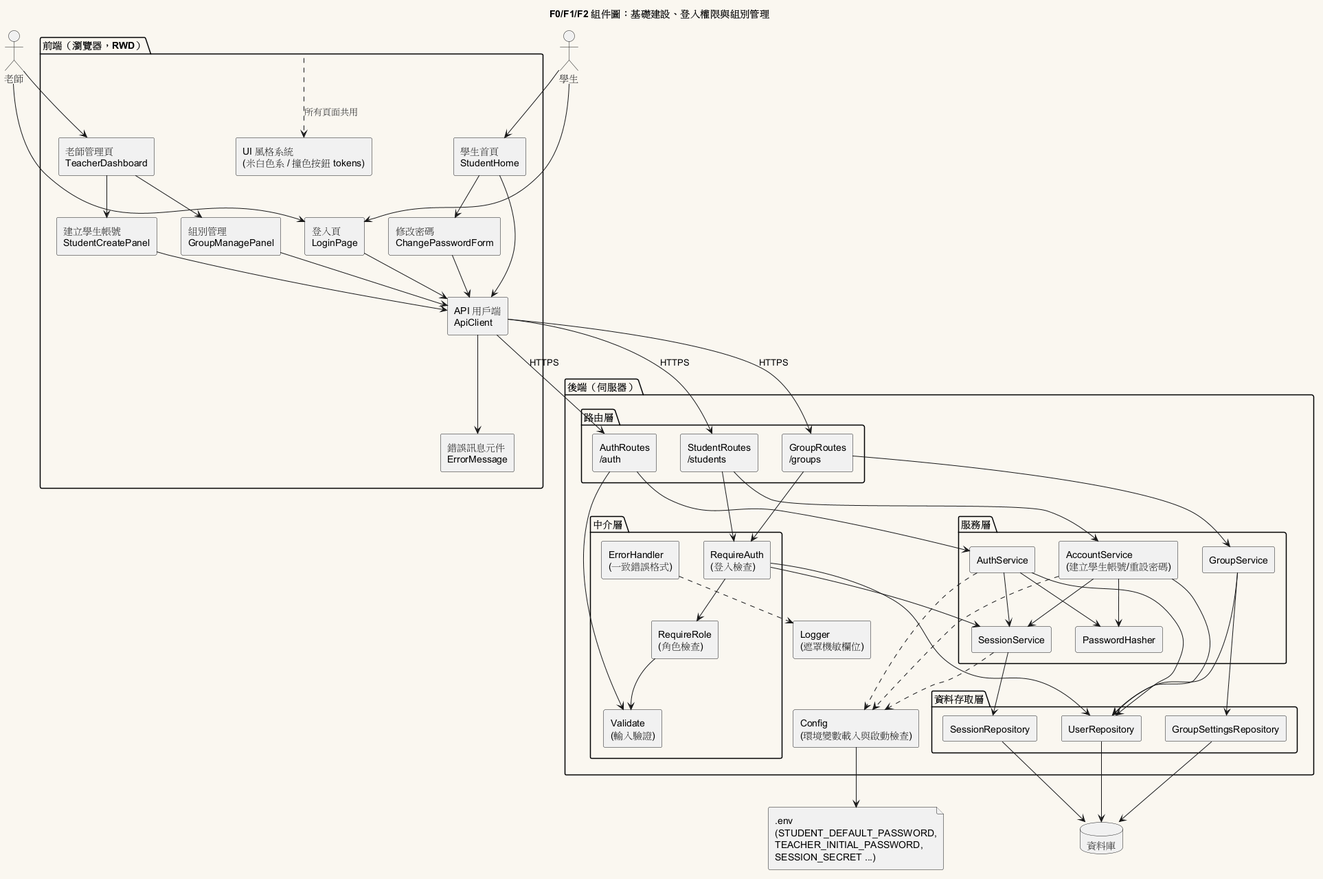
The PlantUML diagram diagrams/001-component.png in Ennn-1023/SE_project, before a commit.
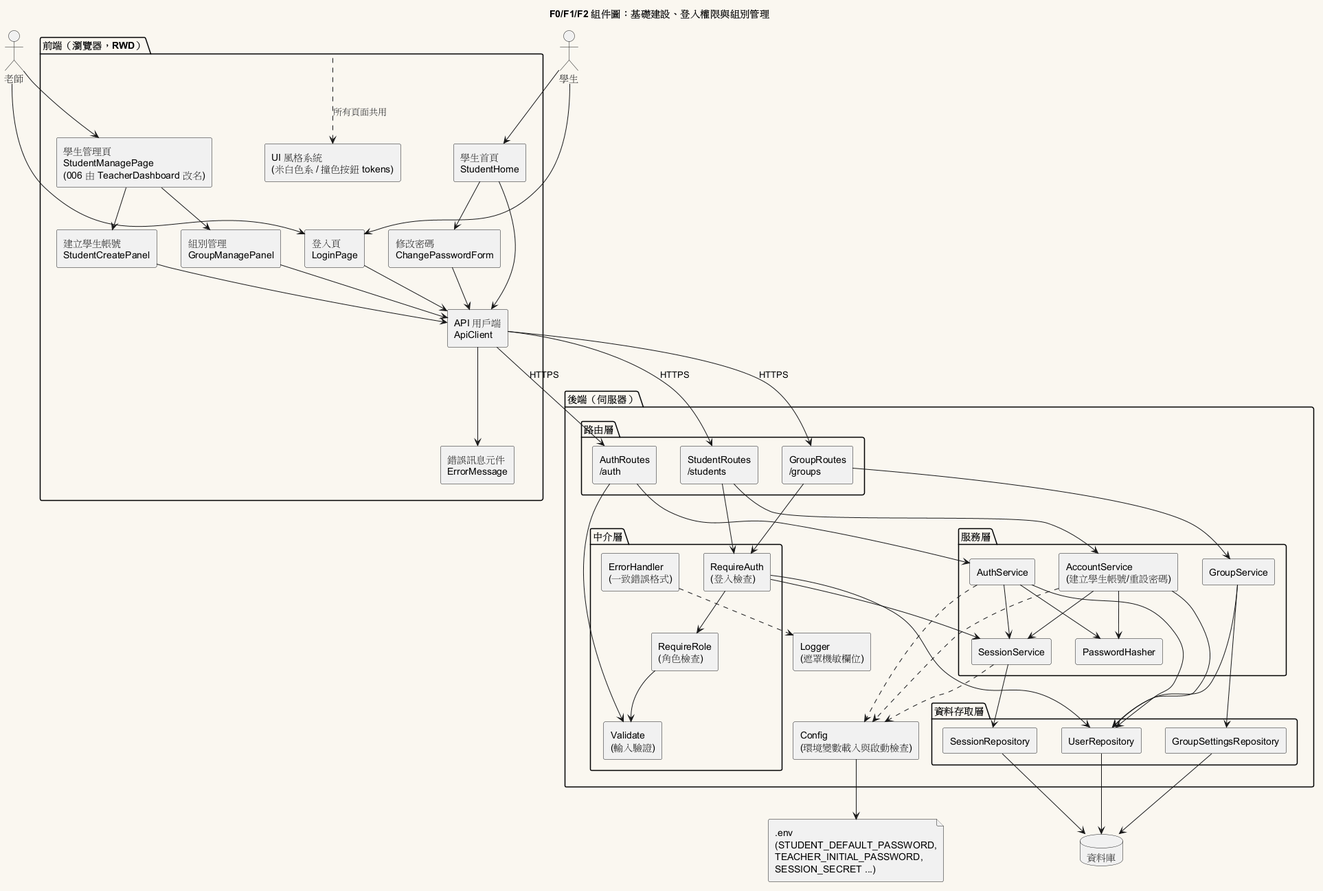
The same file after the commit.

Change to the diagram source:
```diff
@@ -11,7 +11,7 @@
 package "前端（瀏覽器，RWD）" as FE {
   [UI 風格系統\n(米白色系 / 撞色按鈕 tokens)] as Theme
   [登入頁\nLoginPage] as LoginPage
-  [老師管理頁\nTeacherDashboard] as TeacherPage
+  [學生管理頁\nStudentManagePage\n(006 由 TeacherDashboard 改名)] as TeacherPage
   [建立學生帳號\nStudentCreatePanel] as CreatePanel
   [組別管理\nGroupManagePanel] as GroupManage
   [學生首頁\nStudentHome] as StudentHome
```
